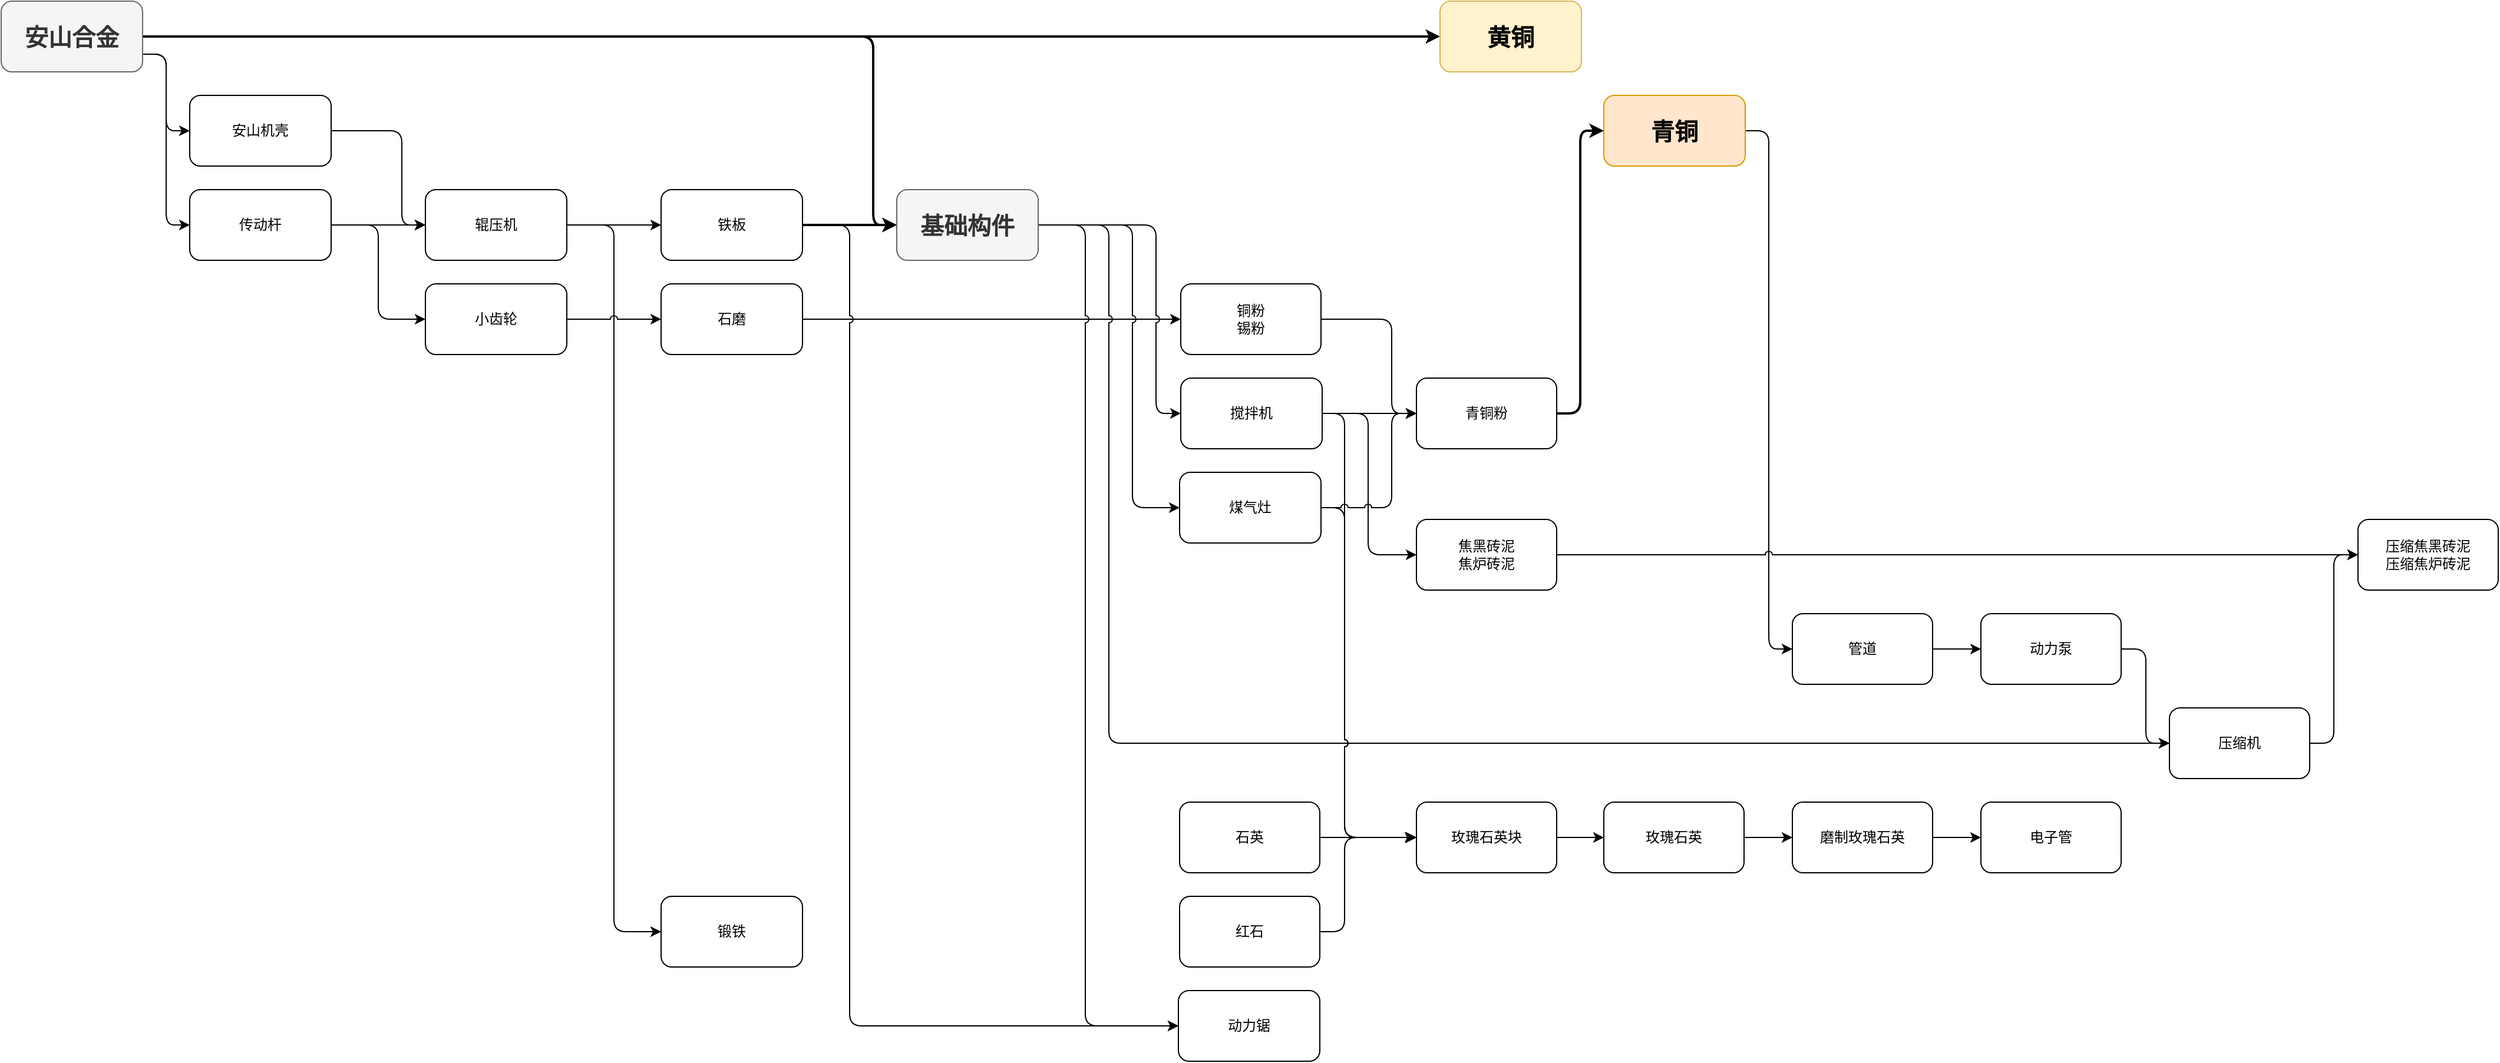
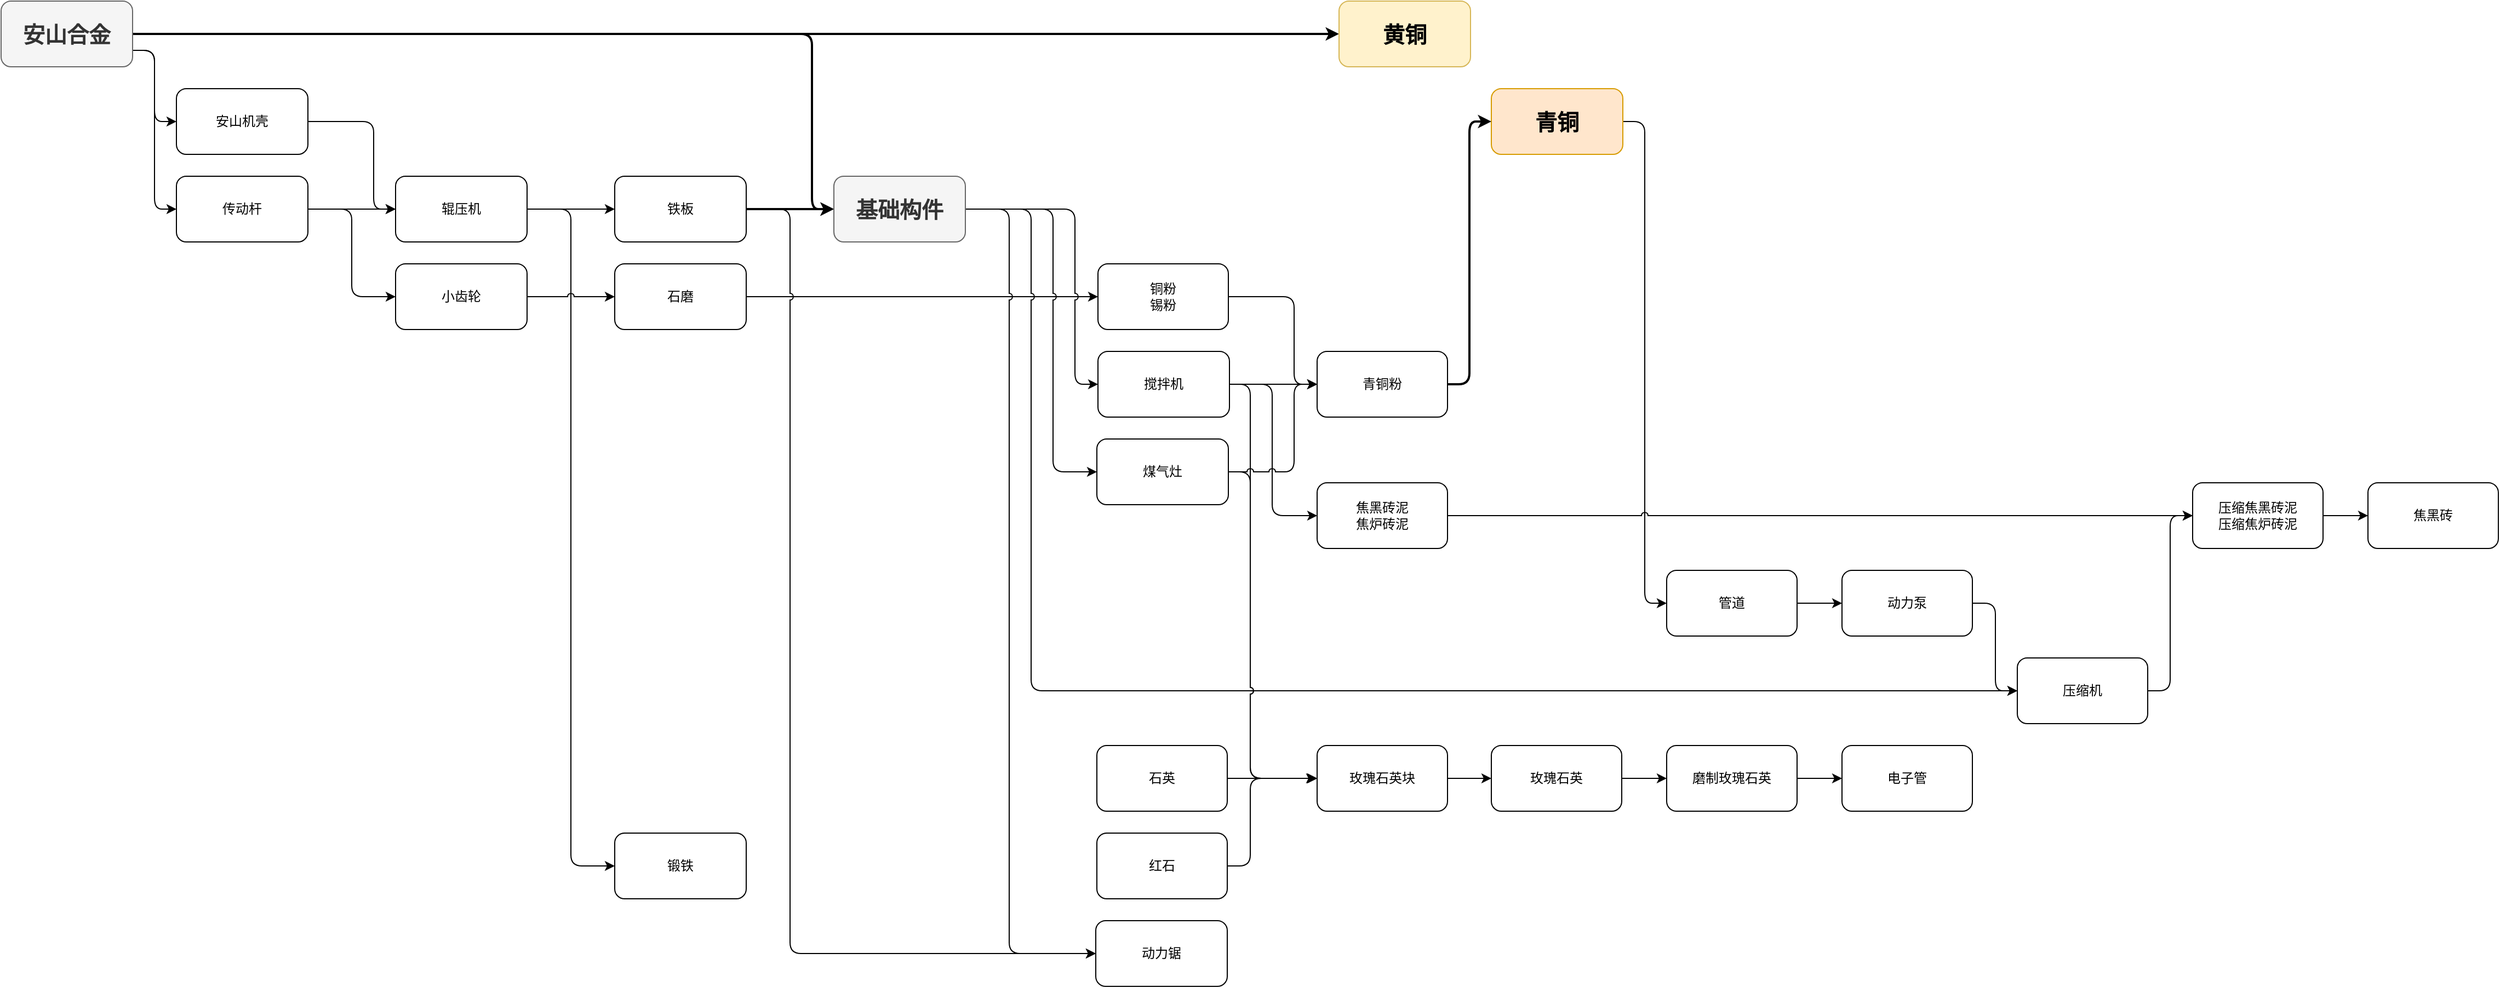
<mxfile host="app.diagrams.net">
  <diagram name="第 1 页" id="wbue6hbnNwZZhj_0dkD_">
    <mxGraphModel dx="1256" dy="807" grid="1" gridSize="10" guides="1" tooltips="1" connect="1" arrows="1" fold="1" page="1" pageScale="1" pageWidth="827" pageHeight="1169" math="0" shadow="0">
      <root>
        <mxCell id="0" />
        <mxCell id="1" parent="0" />
        <mxCell id="hVVgvd0LLLONm7yzlIF5-7" edge="1" parent="1" source="hVVgvd0LLLONm7yzlIF5-4" style="edgeStyle=orthogonalEdgeStyle;rounded=1;orthogonalLoop=1;jettySize=auto;html=1;exitX=1;exitY=0.5;exitDx=0;exitDy=0;curved=0;strokeColor=default;align=center;verticalAlign=middle;fontFamily=Helvetica;fontSize=11;fontColor=default;labelBackgroundColor=default;jumpStyle=arc;endArrow=classic;strokeWidth=2;" target="hVVgvd0LLLONm7yzlIF5-5">
          <mxGeometry relative="1" as="geometry">
            <Array as="points">
              <mxPoint x="270" y="80" />
              <mxPoint x="270" y="80" />
            </Array>
          </mxGeometry>
        </mxCell>
        <mxCell id="hVVgvd0LLLONm7yzlIF5-9" edge="1" parent="1" source="hVVgvd0LLLONm7yzlIF5-4" style="edgeStyle=orthogonalEdgeStyle;rounded=1;orthogonalLoop=1;jettySize=auto;html=1;exitX=1;exitY=0.75;exitDx=0;exitDy=0;entryX=0;entryY=0.5;entryDx=0;entryDy=0;curved=0;jumpStyle=arc;strokeColor=default;align=center;verticalAlign=middle;fontFamily=Helvetica;fontSize=11;fontColor=default;labelBackgroundColor=default;endArrow=classic;" target="hVVgvd0LLLONm7yzlIF5-8">
          <mxGeometry relative="1" as="geometry">
            <Array as="points">
              <mxPoint x="140" y="95" />
              <mxPoint x="140" y="240" />
            </Array>
          </mxGeometry>
        </mxCell>
        <mxCell id="hVVgvd0LLLONm7yzlIF5-11" edge="1" parent="1" source="hVVgvd0LLLONm7yzlIF5-4" style="edgeStyle=orthogonalEdgeStyle;rounded=1;orthogonalLoop=1;jettySize=auto;html=1;exitX=1;exitY=0.75;exitDx=0;exitDy=0;entryX=0;entryY=0.5;entryDx=0;entryDy=0;curved=0;strokeColor=default;align=center;verticalAlign=middle;fontFamily=Helvetica;fontSize=11;fontColor=default;labelBackgroundColor=default;jumpStyle=arc;endArrow=classic;" target="hVVgvd0LLLONm7yzlIF5-10">
          <mxGeometry relative="1" as="geometry" />
        </mxCell>
        <mxCell id="hVVgvd0LLLONm7yzlIF5-25" edge="1" parent="1" source="hVVgvd0LLLONm7yzlIF5-4" style="edgeStyle=orthogonalEdgeStyle;shape=connector;curved=0;rounded=1;jumpStyle=arc;orthogonalLoop=1;jettySize=auto;html=1;exitX=1;exitY=0.5;exitDx=0;exitDy=0;entryX=0;entryY=0.5;entryDx=0;entryDy=0;strokeColor=default;align=center;verticalAlign=middle;fontFamily=Helvetica;fontSize=11;fontColor=default;labelBackgroundColor=default;endArrow=classic;strokeWidth=2;" target="hVVgvd0LLLONm7yzlIF5-23">
          <mxGeometry relative="1" as="geometry">
            <Array as="points">
              <mxPoint x="740" y="80" />
              <mxPoint x="740" y="240" />
            </Array>
          </mxGeometry>
        </mxCell>
        <mxCell id="hVVgvd0LLLONm7yzlIF5-4" parent="1" style="rounded=1;whiteSpace=wrap;html=1;fillColor=#f5f5f5;fontColor=#333333;strokeColor=#666666;" value="&lt;b&gt;&lt;font style=&quot;font-size: 20px;&quot;&gt;安山合金&lt;/font&gt;&lt;/b&gt;" vertex="1">
          <mxGeometry height="60" width="120" y="50" as="geometry" />
        </mxCell>
        <mxCell id="hVVgvd0LLLONm7yzlIF5-5" parent="1" style="rounded=1;whiteSpace=wrap;html=1;fillColor=#fff2cc;strokeColor=#d6b656;" value="&lt;b&gt;&lt;font style=&quot;font-size: 20px;&quot;&gt;黄铜&lt;/font&gt;&lt;/b&gt;" vertex="1">
          <mxGeometry height="60" width="120" x="1221" y="50" as="geometry" />
        </mxCell>
        <mxCell id="hVVgvd0LLLONm7yzlIF5-39" edge="1" parent="1" source="hVVgvd0LLLONm7yzlIF5-6" style="edgeStyle=orthogonalEdgeStyle;shape=connector;curved=0;rounded=1;jumpStyle=arc;orthogonalLoop=1;jettySize=auto;html=1;exitX=1;exitY=0.5;exitDx=0;exitDy=0;entryX=0;entryY=0.5;entryDx=0;entryDy=0;strokeColor=default;align=center;verticalAlign=middle;fontFamily=Helvetica;fontSize=11;fontColor=default;labelBackgroundColor=default;endArrow=classic;" target="hVVgvd0LLLONm7yzlIF5-38">
          <mxGeometry relative="1" as="geometry" />
        </mxCell>
        <mxCell id="hVVgvd0LLLONm7yzlIF5-6" parent="1" style="rounded=1;whiteSpace=wrap;html=1;fillColor=#ffe6cc;strokeColor=#d79b00;" value="&lt;b&gt;&lt;font style=&quot;font-size: 20px;&quot;&gt;青铜&lt;/font&gt;&lt;/b&gt;" vertex="1">
          <mxGeometry height="60" width="120" x="1360" y="130" as="geometry" />
        </mxCell>
        <mxCell id="hVVgvd0LLLONm7yzlIF5-14" edge="1" parent="1" source="hVVgvd0LLLONm7yzlIF5-8" style="edgeStyle=orthogonalEdgeStyle;shape=connector;curved=0;rounded=1;orthogonalLoop=1;jettySize=auto;html=1;exitX=1;exitY=0.5;exitDx=0;exitDy=0;entryX=0;entryY=0.5;entryDx=0;entryDy=0;strokeColor=default;align=center;verticalAlign=middle;fontFamily=Helvetica;fontSize=11;fontColor=default;labelBackgroundColor=default;endArrow=classic;jumpStyle=arc;" target="hVVgvd0LLLONm7yzlIF5-12">
          <mxGeometry relative="1" as="geometry" />
        </mxCell>
        <mxCell id="hVVgvd0LLLONm7yzlIF5-16" edge="1" parent="1" source="hVVgvd0LLLONm7yzlIF5-8" style="edgeStyle=orthogonalEdgeStyle;shape=connector;curved=0;rounded=1;orthogonalLoop=1;jettySize=auto;html=1;exitX=1;exitY=0.5;exitDx=0;exitDy=0;entryX=0;entryY=0.5;entryDx=0;entryDy=0;strokeColor=default;align=center;verticalAlign=middle;fontFamily=Helvetica;fontSize=11;fontColor=default;labelBackgroundColor=default;endArrow=classic;jumpStyle=arc;" target="hVVgvd0LLLONm7yzlIF5-15">
          <mxGeometry relative="1" as="geometry">
            <Array as="points">
              <mxPoint x="320" y="240" />
              <mxPoint x="320" y="320" />
            </Array>
            <mxPoint x="280" y="159.98" as="sourcePoint" />
            <mxPoint x="360" y="319.98" as="targetPoint" />
          </mxGeometry>
        </mxCell>
        <mxCell id="hVVgvd0LLLONm7yzlIF5-8" parent="1" style="rounded=1;whiteSpace=wrap;html=1;" value="传动杆" vertex="1">
          <mxGeometry height="60" width="120" x="160" y="210" as="geometry" />
        </mxCell>
        <mxCell id="hVVgvd0LLLONm7yzlIF5-13" edge="1" parent="1" source="hVVgvd0LLLONm7yzlIF5-10" style="edgeStyle=orthogonalEdgeStyle;shape=connector;curved=0;rounded=1;orthogonalLoop=1;jettySize=auto;html=1;exitX=1;exitY=0.5;exitDx=0;exitDy=0;strokeColor=default;align=center;verticalAlign=middle;fontFamily=Helvetica;fontSize=11;fontColor=default;labelBackgroundColor=default;endArrow=classic;entryX=0;entryY=0.5;entryDx=0;entryDy=0;jumpStyle=arc;" target="hVVgvd0LLLONm7yzlIF5-12">
          <mxGeometry relative="1" as="geometry">
            <Array as="points">
              <mxPoint x="340" y="160" />
              <mxPoint x="340" y="240" />
            </Array>
          </mxGeometry>
        </mxCell>
        <mxCell id="hVVgvd0LLLONm7yzlIF5-10" parent="1" style="rounded=1;whiteSpace=wrap;html=1;" value="安山机壳" vertex="1">
          <mxGeometry height="60" width="120" x="160" y="130" as="geometry" />
        </mxCell>
        <mxCell id="hVVgvd0LLLONm7yzlIF5-19" edge="1" parent="1" source="hVVgvd0LLLONm7yzlIF5-12" style="edgeStyle=orthogonalEdgeStyle;shape=connector;curved=0;rounded=1;orthogonalLoop=1;jettySize=auto;html=1;exitX=1;exitY=0.5;exitDx=0;exitDy=0;entryX=0;entryY=0.5;entryDx=0;entryDy=0;strokeColor=default;align=center;verticalAlign=middle;fontFamily=Helvetica;fontSize=11;fontColor=default;labelBackgroundColor=default;endArrow=classic;jumpStyle=arc;" target="hVVgvd0LLLONm7yzlIF5-18">
          <mxGeometry relative="1" as="geometry" />
        </mxCell>
        <mxCell id="hVVgvd0LLLONm7yzlIF5-22" edge="1" parent="1" source="hVVgvd0LLLONm7yzlIF5-12" style="edgeStyle=orthogonalEdgeStyle;shape=connector;curved=0;rounded=1;orthogonalLoop=1;jettySize=auto;html=1;exitX=1;exitY=0.5;exitDx=0;exitDy=0;entryX=0;entryY=0.5;entryDx=0;entryDy=0;strokeColor=default;align=center;verticalAlign=middle;fontFamily=Helvetica;fontSize=11;fontColor=default;labelBackgroundColor=default;endArrow=classic;jumpStyle=arc;" target="hVVgvd0LLLONm7yzlIF5-21">
          <mxGeometry relative="1" as="geometry" />
        </mxCell>
        <mxCell id="hVVgvd0LLLONm7yzlIF5-12" parent="1" style="rounded=1;whiteSpace=wrap;html=1;" value="辊压机" vertex="1">
          <mxGeometry height="60" width="120" x="360" y="210" as="geometry" />
        </mxCell>
        <mxCell id="hVVgvd0LLLONm7yzlIF5-20" edge="1" parent="1" source="hVVgvd0LLLONm7yzlIF5-15" style="edgeStyle=orthogonalEdgeStyle;shape=connector;curved=0;rounded=1;orthogonalLoop=1;jettySize=auto;html=1;exitX=1;exitY=0.5;exitDx=0;exitDy=0;strokeColor=default;align=center;verticalAlign=middle;fontFamily=Helvetica;fontSize=11;fontColor=default;labelBackgroundColor=default;endArrow=classic;entryX=0;entryY=0.5;entryDx=0;entryDy=0;jumpStyle=arc;" target="hVVgvd0LLLONm7yzlIF5-17">
          <mxGeometry relative="1" as="geometry">
            <mxPoint x="550" y="319.9655172413793" as="targetPoint" />
          </mxGeometry>
        </mxCell>
        <mxCell id="hVVgvd0LLLONm7yzlIF5-15" parent="1" style="rounded=1;whiteSpace=wrap;html=1;" value="小齿轮" vertex="1">
          <mxGeometry height="60" width="120" x="360" y="290" as="geometry" />
        </mxCell>
        <mxCell id="hVVgvd0LLLONm7yzlIF5-35" edge="1" parent="1" source="hVVgvd0LLLONm7yzlIF5-17" style="edgeStyle=orthogonalEdgeStyle;shape=connector;curved=0;rounded=1;jumpStyle=arc;orthogonalLoop=1;jettySize=auto;html=1;exitX=1;exitY=0.5;exitDx=0;exitDy=0;entryX=0;entryY=0.5;entryDx=0;entryDy=0;strokeColor=default;align=center;verticalAlign=middle;fontFamily=Helvetica;fontSize=11;fontColor=default;labelBackgroundColor=default;endArrow=classic;" target="hVVgvd0LLLONm7yzlIF5-32">
          <mxGeometry relative="1" as="geometry" />
        </mxCell>
        <mxCell id="hVVgvd0LLLONm7yzlIF5-17" parent="1" style="rounded=1;whiteSpace=wrap;html=1;" value="石磨" vertex="1">
          <mxGeometry height="60" width="120" x="560" y="290" as="geometry" />
        </mxCell>
        <mxCell id="hVVgvd0LLLONm7yzlIF5-24" edge="1" parent="1" source="hVVgvd0LLLONm7yzlIF5-18" style="edgeStyle=orthogonalEdgeStyle;shape=connector;curved=0;rounded=1;jumpStyle=arc;orthogonalLoop=1;jettySize=auto;html=1;exitX=1;exitY=0.5;exitDx=0;exitDy=0;strokeColor=default;align=center;verticalAlign=middle;fontFamily=Helvetica;fontSize=11;fontColor=default;labelBackgroundColor=default;endArrow=classic;strokeWidth=2;entryX=0;entryY=0.5;entryDx=0;entryDy=0;" target="hVVgvd0LLLONm7yzlIF5-23">
          <mxGeometry relative="1" as="geometry" />
        </mxCell>
        <mxCell id="4fcqwB5ZCuZv3aRTupUW-13" edge="1" parent="1" source="hVVgvd0LLLONm7yzlIF5-18" style="edgeStyle=orthogonalEdgeStyle;shape=connector;curved=0;rounded=1;jumpStyle=arc;orthogonalLoop=1;jettySize=auto;html=1;exitX=1;exitY=0.5;exitDx=0;exitDy=0;entryX=0;entryY=0.5;entryDx=0;entryDy=0;strokeColor=default;align=center;verticalAlign=middle;fontFamily=Helvetica;fontSize=11;fontColor=default;labelBackgroundColor=default;endArrow=classic;" target="4fcqwB5ZCuZv3aRTupUW-11">
          <mxGeometry relative="1" as="geometry">
            <Array as="points">
              <mxPoint x="720" y="240" />
              <mxPoint x="720" y="920" />
            </Array>
          </mxGeometry>
        </mxCell>
        <mxCell id="hVVgvd0LLLONm7yzlIF5-18" parent="1" style="rounded=1;whiteSpace=wrap;html=1;" value="铁板" vertex="1">
          <mxGeometry height="60" width="120" x="560" y="210" as="geometry" />
        </mxCell>
        <mxCell id="hVVgvd0LLLONm7yzlIF5-21" parent="1" style="rounded=1;whiteSpace=wrap;html=1;" value="锻铁" vertex="1">
          <mxGeometry height="60" width="120" x="560" y="810" as="geometry" />
        </mxCell>
        <mxCell id="hVVgvd0LLLONm7yzlIF5-28" edge="1" parent="1" style="edgeStyle=orthogonalEdgeStyle;shape=connector;curved=0;rounded=1;jumpStyle=arc;orthogonalLoop=1;jettySize=auto;html=1;entryX=0;entryY=0.5;entryDx=0;entryDy=0;strokeColor=default;align=center;verticalAlign=middle;fontFamily=Helvetica;fontSize=11;fontColor=default;labelBackgroundColor=default;endArrow=classic;" target="hVVgvd0LLLONm7yzlIF5-27">
          <mxGeometry relative="1" as="geometry">
            <Array as="points">
              <mxPoint x="980" y="240" />
              <mxPoint x="980" y="400" />
            </Array>
            <mxPoint x="880" y="240" as="sourcePoint" />
          </mxGeometry>
        </mxCell>
        <mxCell id="hVVgvd0LLLONm7yzlIF5-44" edge="1" parent="1" source="hVVgvd0LLLONm7yzlIF5-23" style="edgeStyle=orthogonalEdgeStyle;shape=connector;curved=0;rounded=1;jumpStyle=arc;orthogonalLoop=1;jettySize=auto;html=1;exitX=1;exitY=0.5;exitDx=0;exitDy=0;entryX=0;entryY=0.5;entryDx=0;entryDy=0;strokeColor=default;align=center;verticalAlign=middle;fontFamily=Helvetica;fontSize=11;fontColor=default;labelBackgroundColor=default;endArrow=classic;" target="hVVgvd0LLLONm7yzlIF5-42">
          <mxGeometry relative="1" as="geometry">
            <Array as="points">
              <mxPoint x="940" y="240" />
              <mxPoint x="940" y="680" />
            </Array>
            <mxPoint x="920" y="240" as="sourcePoint" />
          </mxGeometry>
        </mxCell>
        <mxCell id="hVVgvd0LLLONm7yzlIF5-50" edge="1" parent="1" source="hVVgvd0LLLONm7yzlIF5-23" style="edgeStyle=orthogonalEdgeStyle;shape=connector;curved=0;rounded=1;jumpStyle=arc;orthogonalLoop=1;jettySize=auto;html=1;exitX=1;exitY=0.5;exitDx=0;exitDy=0;entryX=0;entryY=0.5;entryDx=0;entryDy=0;strokeColor=default;align=center;verticalAlign=middle;fontFamily=Helvetica;fontSize=11;fontColor=default;labelBackgroundColor=default;endArrow=classic;" target="hVVgvd0LLLONm7yzlIF5-48">
          <mxGeometry relative="1" as="geometry">
            <Array as="points">
              <mxPoint x="960" y="240" />
              <mxPoint x="960" y="480" />
            </Array>
            <mxPoint x="920" y="240" as="sourcePoint" />
          </mxGeometry>
        </mxCell>
        <mxCell id="4fcqwB5ZCuZv3aRTupUW-12" edge="1" parent="1" source="hVVgvd0LLLONm7yzlIF5-23" style="edgeStyle=orthogonalEdgeStyle;shape=connector;curved=0;rounded=1;jumpStyle=arc;orthogonalLoop=1;jettySize=auto;html=1;exitX=1;exitY=0.5;exitDx=0;exitDy=0;entryX=0;entryY=0.5;entryDx=0;entryDy=0;strokeColor=default;align=center;verticalAlign=middle;fontFamily=Helvetica;fontSize=11;fontColor=default;labelBackgroundColor=default;endArrow=classic;" target="4fcqwB5ZCuZv3aRTupUW-11">
          <mxGeometry relative="1" as="geometry">
            <Array as="points">
              <mxPoint x="920" y="240" />
              <mxPoint x="920" y="920" />
            </Array>
          </mxGeometry>
        </mxCell>
        <mxCell id="hVVgvd0LLLONm7yzlIF5-23" parent="1" style="rounded=1;whiteSpace=wrap;html=1;fillColor=#f5f5f5;fontColor=#333333;strokeColor=#666666;" value="&lt;b&gt;&lt;font style=&quot;font-size: 20px;&quot;&gt;基础构件&lt;/font&gt;&lt;/b&gt;" vertex="1">
          <mxGeometry height="60" width="120" x="760" y="210" as="geometry" />
        </mxCell>
        <mxCell id="hVVgvd0LLLONm7yzlIF5-30" edge="1" parent="1" source="hVVgvd0LLLONm7yzlIF5-27" style="edgeStyle=orthogonalEdgeStyle;shape=connector;curved=0;rounded=1;jumpStyle=arc;orthogonalLoop=1;jettySize=auto;html=1;exitX=1;exitY=0.5;exitDx=0;exitDy=0;strokeColor=default;align=center;verticalAlign=middle;fontFamily=Helvetica;fontSize=11;fontColor=default;labelBackgroundColor=default;endArrow=classic;entryX=0;entryY=0.5;entryDx=0;entryDy=0;" target="hVVgvd0LLLONm7yzlIF5-29">
          <mxGeometry relative="1" as="geometry">
            <Array as="points">
              <mxPoint x="1150" y="400" />
              <mxPoint x="1150" y="400" />
            </Array>
            <mxPoint x="1200" y="410" as="targetPoint" />
          </mxGeometry>
        </mxCell>
        <mxCell id="hVVgvd0LLLONm7yzlIF5-37" edge="1" parent="1" source="hVVgvd0LLLONm7yzlIF5-27" style="edgeStyle=orthogonalEdgeStyle;shape=connector;curved=0;rounded=1;jumpStyle=arc;orthogonalLoop=1;jettySize=auto;html=1;exitX=1;exitY=0.5;exitDx=0;exitDy=0;entryX=0;entryY=0.5;entryDx=0;entryDy=0;strokeColor=default;align=center;verticalAlign=middle;fontFamily=Helvetica;fontSize=11;fontColor=default;labelBackgroundColor=default;endArrow=classic;" target="hVVgvd0LLLONm7yzlIF5-36">
          <mxGeometry relative="1" as="geometry">
            <Array as="points">
              <mxPoint x="1160" y="400" />
              <mxPoint x="1160" y="520" />
            </Array>
          </mxGeometry>
        </mxCell>
        <mxCell id="4fcqwB5ZCuZv3aRTupUW-6" edge="1" parent="1" source="hVVgvd0LLLONm7yzlIF5-27" style="edgeStyle=orthogonalEdgeStyle;shape=connector;curved=0;rounded=1;jumpStyle=arc;orthogonalLoop=1;jettySize=auto;html=1;exitX=1;exitY=0.5;exitDx=0;exitDy=0;entryX=0;entryY=0.5;entryDx=0;entryDy=0;strokeColor=default;align=center;verticalAlign=middle;fontFamily=Helvetica;fontSize=11;fontColor=default;labelBackgroundColor=default;endArrow=classic;" target="4fcqwB5ZCuZv3aRTupUW-4">
          <mxGeometry relative="1" as="geometry">
            <Array as="points">
              <mxPoint x="1140" y="400" />
              <mxPoint x="1140" y="760" />
            </Array>
          </mxGeometry>
        </mxCell>
        <mxCell id="hVVgvd0LLLONm7yzlIF5-27" parent="1" style="rounded=1;whiteSpace=wrap;html=1;" value="搅拌机" vertex="1">
          <mxGeometry height="60" width="120" x="1001" y="370" as="geometry" />
        </mxCell>
        <mxCell id="hVVgvd0LLLONm7yzlIF5-31" edge="1" parent="1" source="hVVgvd0LLLONm7yzlIF5-29" style="edgeStyle=orthogonalEdgeStyle;shape=connector;curved=0;rounded=1;jumpStyle=arc;orthogonalLoop=1;jettySize=auto;html=1;exitX=1;exitY=0.5;exitDx=0;exitDy=0;entryX=0;entryY=0.5;entryDx=0;entryDy=0;strokeColor=default;align=center;verticalAlign=middle;fontFamily=Helvetica;fontSize=11;fontColor=default;labelBackgroundColor=default;endArrow=classic;strokeWidth=2;" target="hVVgvd0LLLONm7yzlIF5-6">
          <mxGeometry relative="1" as="geometry" />
        </mxCell>
        <mxCell id="hVVgvd0LLLONm7yzlIF5-29" parent="1" style="rounded=1;whiteSpace=wrap;html=1;" value="青铜粉" vertex="1">
          <mxGeometry height="60" width="119" x="1201" y="370" as="geometry" />
        </mxCell>
        <mxCell id="hVVgvd0LLLONm7yzlIF5-34" edge="1" parent="1" source="hVVgvd0LLLONm7yzlIF5-32" style="edgeStyle=orthogonalEdgeStyle;shape=connector;curved=0;rounded=1;jumpStyle=arc;orthogonalLoop=1;jettySize=auto;html=1;exitX=1;exitY=0.5;exitDx=0;exitDy=0;entryX=0;entryY=0.5;entryDx=0;entryDy=0;strokeColor=default;align=center;verticalAlign=middle;fontFamily=Helvetica;fontSize=11;fontColor=default;labelBackgroundColor=default;endArrow=classic;" target="hVVgvd0LLLONm7yzlIF5-29">
          <mxGeometry relative="1" as="geometry">
            <Array as="points">
              <mxPoint x="1180" y="320" />
              <mxPoint x="1180" y="400" />
            </Array>
          </mxGeometry>
        </mxCell>
        <mxCell id="hVVgvd0LLLONm7yzlIF5-32" parent="1" style="rounded=1;whiteSpace=wrap;html=1;" value="铜粉&lt;div&gt;锡粉&lt;/div&gt;" vertex="1">
          <mxGeometry height="60" width="119" x="1001" y="290" as="geometry" />
        </mxCell>
        <mxCell id="hVVgvd0LLLONm7yzlIF5-47" edge="1" parent="1" source="hVVgvd0LLLONm7yzlIF5-36" style="edgeStyle=orthogonalEdgeStyle;shape=connector;curved=0;rounded=1;jumpStyle=arc;orthogonalLoop=1;jettySize=auto;html=1;exitX=1;exitY=0.5;exitDx=0;exitDy=0;entryX=0;entryY=0.5;entryDx=0;entryDy=0;strokeColor=default;align=center;verticalAlign=middle;fontFamily=Helvetica;fontSize=11;fontColor=default;labelBackgroundColor=default;endArrow=classic;" target="hVVgvd0LLLONm7yzlIF5-45">
          <mxGeometry relative="1" as="geometry" />
        </mxCell>
        <mxCell id="hVVgvd0LLLONm7yzlIF5-36" parent="1" style="rounded=1;whiteSpace=wrap;html=1;" value="焦黑砖泥&lt;div&gt;焦炉砖泥&lt;/div&gt;" vertex="1">
          <mxGeometry height="60" width="119" x="1201" y="490" as="geometry" />
        </mxCell>
        <mxCell id="hVVgvd0LLLONm7yzlIF5-41" edge="1" parent="1" source="hVVgvd0LLLONm7yzlIF5-38" style="edgeStyle=orthogonalEdgeStyle;shape=connector;curved=0;rounded=1;jumpStyle=arc;orthogonalLoop=1;jettySize=auto;html=1;exitX=1;exitY=0.5;exitDx=0;exitDy=0;strokeColor=default;align=center;verticalAlign=middle;fontFamily=Helvetica;fontSize=11;fontColor=default;labelBackgroundColor=default;endArrow=classic;" target="hVVgvd0LLLONm7yzlIF5-40">
          <mxGeometry relative="1" as="geometry" />
        </mxCell>
        <mxCell id="hVVgvd0LLLONm7yzlIF5-38" parent="1" style="rounded=1;whiteSpace=wrap;html=1;" value="管道" vertex="1">
          <mxGeometry height="60" width="119" x="1520" y="570" as="geometry" />
        </mxCell>
        <mxCell id="hVVgvd0LLLONm7yzlIF5-43" edge="1" parent="1" source="hVVgvd0LLLONm7yzlIF5-40" style="edgeStyle=orthogonalEdgeStyle;shape=connector;curved=0;rounded=1;jumpStyle=arc;orthogonalLoop=1;jettySize=auto;html=1;exitX=1;exitY=0.5;exitDx=0;exitDy=0;strokeColor=default;align=center;verticalAlign=middle;fontFamily=Helvetica;fontSize=11;fontColor=default;labelBackgroundColor=default;endArrow=classic;" target="hVVgvd0LLLONm7yzlIF5-42">
          <mxGeometry relative="1" as="geometry">
            <Array as="points">
              <mxPoint x="1820" y="600" />
              <mxPoint x="1820" y="680" />
            </Array>
          </mxGeometry>
        </mxCell>
        <mxCell id="hVVgvd0LLLONm7yzlIF5-40" parent="1" style="rounded=1;whiteSpace=wrap;html=1;" value="动力泵" vertex="1">
          <mxGeometry height="60" width="119" x="1680" y="570" as="geometry" />
        </mxCell>
        <mxCell id="hVVgvd0LLLONm7yzlIF5-46" edge="1" parent="1" source="hVVgvd0LLLONm7yzlIF5-42" style="edgeStyle=orthogonalEdgeStyle;shape=connector;curved=0;rounded=1;jumpStyle=arc;orthogonalLoop=1;jettySize=auto;html=1;exitX=1;exitY=0.5;exitDx=0;exitDy=0;entryX=0;entryY=0.5;entryDx=0;entryDy=0;strokeColor=default;align=center;verticalAlign=middle;fontFamily=Helvetica;fontSize=11;fontColor=default;labelBackgroundColor=default;endArrow=classic;" target="hVVgvd0LLLONm7yzlIF5-45">
          <mxGeometry relative="1" as="geometry" />
        </mxCell>
        <mxCell id="hVVgvd0LLLONm7yzlIF5-42" parent="1" style="rounded=1;whiteSpace=wrap;html=1;" value="压缩机" vertex="1">
          <mxGeometry height="60" width="119" x="1840" y="650" as="geometry" />
        </mxCell>
+         <mxCell id="Ze34olLxH3gQG4Mn-upq-2" edge="1" parent="1" source="hVVgvd0LLLONm7yzlIF5-45" style="edgeStyle=orthogonalEdgeStyle;rounded=0;orthogonalLoop=1;jettySize=auto;html=1;exitX=1;exitY=0.5;exitDx=0;exitDy=0;entryX=0;entryY=0.5;entryDx=0;entryDy=0;" target="Ze34olLxH3gQG4Mn-upq-1">
+           <mxGeometry relative="1" as="geometry" />
+         </mxCell>
        <mxCell id="hVVgvd0LLLONm7yzlIF5-45" parent="1" style="rounded=1;whiteSpace=wrap;html=1;" value="压缩焦黑砖泥&lt;div&gt;压缩焦炉砖泥&lt;/div&gt;" vertex="1">
          <mxGeometry height="60" width="119" x="2000" y="490" as="geometry" />
        </mxCell>
        <mxCell id="hVVgvd0LLLONm7yzlIF5-49" edge="1" parent="1" source="hVVgvd0LLLONm7yzlIF5-48" style="edgeStyle=orthogonalEdgeStyle;shape=connector;curved=0;rounded=1;jumpStyle=arc;orthogonalLoop=1;jettySize=auto;html=1;exitX=1;exitY=0.5;exitDx=0;exitDy=0;entryX=0;entryY=0.5;entryDx=0;entryDy=0;strokeColor=default;align=center;verticalAlign=middle;fontFamily=Helvetica;fontSize=11;fontColor=default;labelBackgroundColor=default;endArrow=classic;" target="hVVgvd0LLLONm7yzlIF5-29">
          <mxGeometry relative="1" as="geometry">
            <Array as="points">
              <mxPoint x="1180" y="480" />
              <mxPoint x="1180" y="400" />
            </Array>
          </mxGeometry>
        </mxCell>
        <mxCell id="2kDL9RDc8AbcMjuMP2Lo-1" edge="1" parent="1" source="hVVgvd0LLLONm7yzlIF5-48" style="edgeStyle=orthogonalEdgeStyle;rounded=1;orthogonalLoop=1;jettySize=auto;html=1;exitX=1;exitY=0.5;exitDx=0;exitDy=0;entryX=0;entryY=0.5;entryDx=0;entryDy=0;jumpStyle=arc;curved=0;" target="4fcqwB5ZCuZv3aRTupUW-4">
          <mxGeometry relative="1" as="geometry">
            <Array as="points">
              <mxPoint x="1140" y="480" />
              <mxPoint x="1140" y="760" />
            </Array>
          </mxGeometry>
        </mxCell>
        <mxCell id="hVVgvd0LLLONm7yzlIF5-48" parent="1" style="rounded=1;whiteSpace=wrap;html=1;" value="煤气灶" vertex="1">
          <mxGeometry height="60" width="120" x="1000" y="450" as="geometry" />
        </mxCell>
        <mxCell id="4fcqwB5ZCuZv3aRTupUW-8" edge="1" parent="1" source="4fcqwB5ZCuZv3aRTupUW-1" style="edgeStyle=orthogonalEdgeStyle;shape=connector;curved=0;rounded=1;jumpStyle=arc;orthogonalLoop=1;jettySize=auto;html=1;exitX=1;exitY=0.5;exitDx=0;exitDy=0;strokeColor=default;align=center;verticalAlign=middle;fontFamily=Helvetica;fontSize=11;fontColor=default;labelBackgroundColor=default;endArrow=classic;">
          <mxGeometry relative="1" as="geometry">
            <mxPoint x="1200" y="759.9565217391305" as="targetPoint" />
          </mxGeometry>
        </mxCell>
        <mxCell id="4fcqwB5ZCuZv3aRTupUW-1" parent="1" style="rounded=1;whiteSpace=wrap;html=1;" value="石英" vertex="1">
          <mxGeometry height="60" width="119" x="1000" y="730" as="geometry" />
        </mxCell>
        <mxCell id="4fcqwB5ZCuZv3aRTupUW-10" edge="1" parent="1" source="4fcqwB5ZCuZv3aRTupUW-2" style="edgeStyle=orthogonalEdgeStyle;shape=connector;curved=0;rounded=1;jumpStyle=arc;orthogonalLoop=1;jettySize=auto;html=1;exitX=1;exitY=0.5;exitDx=0;exitDy=0;entryX=0;entryY=0.5;entryDx=0;entryDy=0;strokeColor=default;align=center;verticalAlign=middle;fontFamily=Helvetica;fontSize=11;fontColor=default;labelBackgroundColor=default;endArrow=classic;" target="4fcqwB5ZCuZv3aRTupUW-5">
          <mxGeometry relative="1" as="geometry" />
        </mxCell>
        <mxCell id="4fcqwB5ZCuZv3aRTupUW-2" parent="1" style="rounded=1;whiteSpace=wrap;html=1;" value="玫瑰石英" vertex="1">
          <mxGeometry height="60" width="119" x="1360" y="730" as="geometry" />
        </mxCell>
        <mxCell id="4fcqwB5ZCuZv3aRTupUW-7" edge="1" parent="1" source="4fcqwB5ZCuZv3aRTupUW-3" style="edgeStyle=orthogonalEdgeStyle;shape=connector;curved=0;rounded=1;jumpStyle=arc;orthogonalLoop=1;jettySize=auto;html=1;exitX=1;exitY=0.5;exitDx=0;exitDy=0;entryX=0;entryY=0.5;entryDx=0;entryDy=0;strokeColor=default;align=center;verticalAlign=middle;fontFamily=Helvetica;fontSize=11;fontColor=default;labelBackgroundColor=default;endArrow=classic;" target="4fcqwB5ZCuZv3aRTupUW-4">
          <mxGeometry relative="1" as="geometry">
            <Array as="points">
              <mxPoint x="1140" y="840" />
              <mxPoint x="1140" y="760" />
            </Array>
          </mxGeometry>
        </mxCell>
        <mxCell id="4fcqwB5ZCuZv3aRTupUW-3" parent="1" style="rounded=1;whiteSpace=wrap;html=1;" value="红石" vertex="1">
          <mxGeometry height="60" width="119" x="1000" y="810" as="geometry" />
        </mxCell>
        <mxCell id="4fcqwB5ZCuZv3aRTupUW-9" edge="1" parent="1" source="4fcqwB5ZCuZv3aRTupUW-4" style="edgeStyle=orthogonalEdgeStyle;shape=connector;curved=0;rounded=1;jumpStyle=arc;orthogonalLoop=1;jettySize=auto;html=1;exitX=1;exitY=0.5;exitDx=0;exitDy=0;entryX=0;entryY=0.5;entryDx=0;entryDy=0;strokeColor=default;align=center;verticalAlign=middle;fontFamily=Helvetica;fontSize=11;fontColor=default;labelBackgroundColor=default;endArrow=classic;" target="4fcqwB5ZCuZv3aRTupUW-2">
          <mxGeometry relative="1" as="geometry" />
        </mxCell>
        <mxCell id="4fcqwB5ZCuZv3aRTupUW-4" parent="1" style="rounded=1;whiteSpace=wrap;html=1;" value="玫瑰石英块" vertex="1">
          <mxGeometry height="60" width="119" x="1201" y="730" as="geometry" />
        </mxCell>
        <mxCell id="2kDL9RDc8AbcMjuMP2Lo-4" edge="1" parent="1" source="4fcqwB5ZCuZv3aRTupUW-5" style="edgeStyle=orthogonalEdgeStyle;shape=connector;curved=0;rounded=1;jumpStyle=arc;orthogonalLoop=1;jettySize=auto;html=1;exitX=1;exitY=0.5;exitDx=0;exitDy=0;entryX=0;entryY=0.5;entryDx=0;entryDy=0;strokeColor=default;align=center;verticalAlign=middle;fontFamily=Helvetica;fontSize=11;fontColor=default;labelBackgroundColor=default;endArrow=classic;" target="2kDL9RDc8AbcMjuMP2Lo-3">
          <mxGeometry relative="1" as="geometry" />
        </mxCell>
        <mxCell id="4fcqwB5ZCuZv3aRTupUW-5" parent="1" style="rounded=1;whiteSpace=wrap;html=1;" value="磨制玫瑰石英" vertex="1">
          <mxGeometry height="60" width="119" x="1520" y="730" as="geometry" />
        </mxCell>
        <mxCell id="4fcqwB5ZCuZv3aRTupUW-11" parent="1" style="rounded=1;whiteSpace=wrap;html=1;" value="动力锯" vertex="1">
          <mxGeometry height="60" width="120" x="999" y="890" as="geometry" />
        </mxCell>
        <mxCell id="2kDL9RDc8AbcMjuMP2Lo-3" parent="1" style="rounded=1;whiteSpace=wrap;html=1;" value="电子管" vertex="1">
          <mxGeometry height="60" width="119" x="1680" y="730" as="geometry" />
+         </mxCell>
+         <mxCell id="Ze34olLxH3gQG4Mn-upq-1" parent="1" style="rounded=1;whiteSpace=wrap;html=1;" value="焦黑砖" vertex="1">
+           <mxGeometry height="60" width="119" x="2160" y="490" as="geometry" />
        </mxCell>
      </root>
    </mxGraphModel>
  </diagram>
</mxfile>
